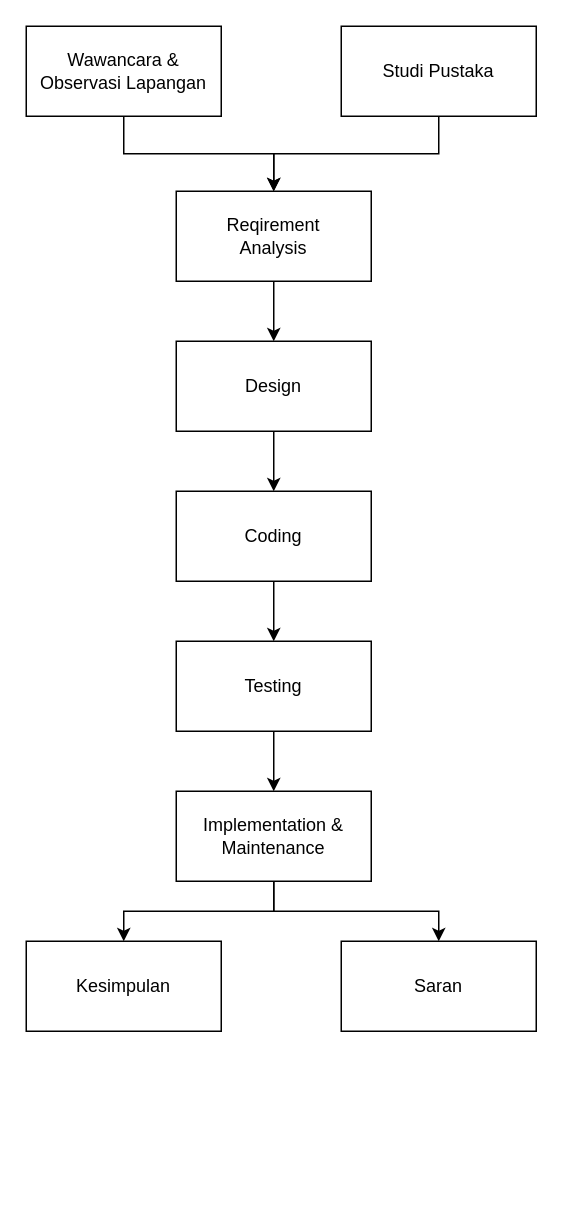
This is page "Page-9" (9 of 10) of SIAKAD ERD.drawio from RidhoAnshory/drawiocloud, a draw.io file, before an edit. Source tidied: cells renumbered, new cells numbered last; positions are measured from the earlier drawing's top-left corner, leaving out a move shared by most shapes. Both pictures are drawn from the tidied source at 150%, with x=0, y=0 at pixel (26, 26).
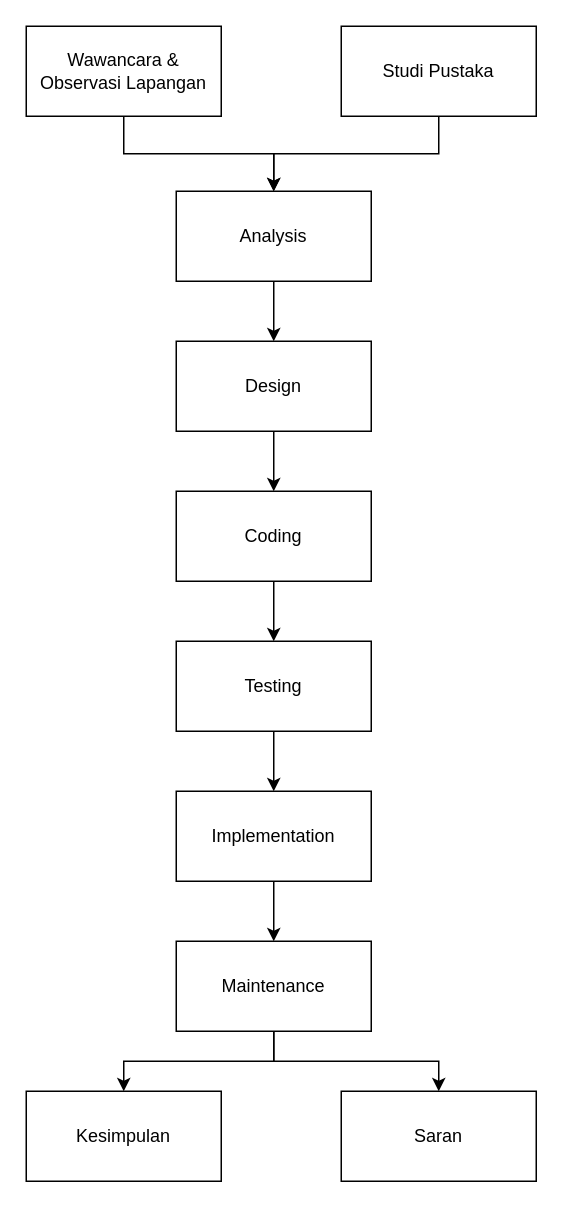
Above is the later version.

Commit message:
Update Kerangka Kerja

Change to the diagram source:
```diff
@@
-    <mxCell id="7" value="Reqirement&lt;br&gt;Analysis" style="rounded=0;whiteSpace=wrap;html=1;" parent="1" vertex="1">
+    <mxCell id="7" value="Analysis" style="rounded=0;whiteSpace=wrap;html=1;" parent="1" vertex="1">
       <mxGeometry x="100" y="110" width="130" height="60" as="geometry" />
     </mxCell>
@@
-    <mxCell id="14" style="edgeStyle=orthogonalEdgeStyle;rounded=0;jettySize=auto;html=1;entryX=0.5;entryY=0;entryDx=0;entryDy=0;endArrow=classic;endFill=1;" parent="1" edge="1" source="16" target="17">
+    <mxCell id="14" style="edgeStyle=orthogonalEdgeStyle;rounded=0;jettySize=auto;html=1;entryX=0.5;entryY=0;entryDx=0;entryDy=0;endArrow=classic;endFill=1;exitX=0.5;exitY=1;exitDx=0;exitDy=0;" parent="1" edge="1" source="20" target="17">
       <mxGeometry relative="1" as="geometry" />
     </mxCell>
-    <mxCell id="15" style="edgeStyle=orthogonalEdgeStyle;rounded=0;jettySize=auto;html=1;endArrow=classic;endFill=1;" parent="1" edge="1" source="16" target="18">
+    <mxCell id="15" style="edgeStyle=orthogonalEdgeStyle;rounded=0;jettySize=auto;html=1;endArrow=classic;endFill=1;exitX=0.5;exitY=1;exitDx=0;exitDy=0;" parent="1" edge="1" source="20" target="18">
       <mxGeometry relative="1" as="geometry" />
     </mxCell>
+    <mxCell id="19" style="edgeStyle=orthogonalEdgeStyle;rounded=0;jettySize=auto;html=1;endArrow=classic;endFill=1;" parent="1" edge="1" source="16" target="20">
+      <mxGeometry relative="1" as="geometry" />
+    </mxCell>
-    <mxCell id="16" value="Implementation &amp;amp;&lt;br&gt;Maintenance" style="rounded=0;whiteSpace=wrap;html=1;" parent="1" vertex="1">
+    <mxCell id="16" value="Implementation" style="rounded=0;whiteSpace=wrap;html=1;" parent="1" vertex="1">
       <mxGeometry x="100" y="510" width="130" height="60" as="geometry" />
     </mxCell>
     <mxCell id="17" value="Kesimpulan" style="rounded=0;whiteSpace=wrap;html=1;" parent="1" vertex="1">
-      <mxGeometry y="610" width="130" height="60" as="geometry" />
+      <mxGeometry y="710" width="130" height="60" as="geometry" />
     </mxCell>
     <mxCell id="18" value="Saran" style="rounded=0;whiteSpace=wrap;html=1;" parent="1" vertex="1">
-      <mxGeometry x="210" y="610" width="130" height="60" as="geometry" />
+      <mxGeometry x="210" y="710" width="130" height="60" as="geometry" />
     </mxCell>
+    <mxCell id="20" value="Maintenance" style="rounded=0;whiteSpace=wrap;html=1;" parent="1" vertex="1">
+      <mxGeometry x="100" y="610" width="130" height="60" as="geometry" />
+    </mxCell>
```
